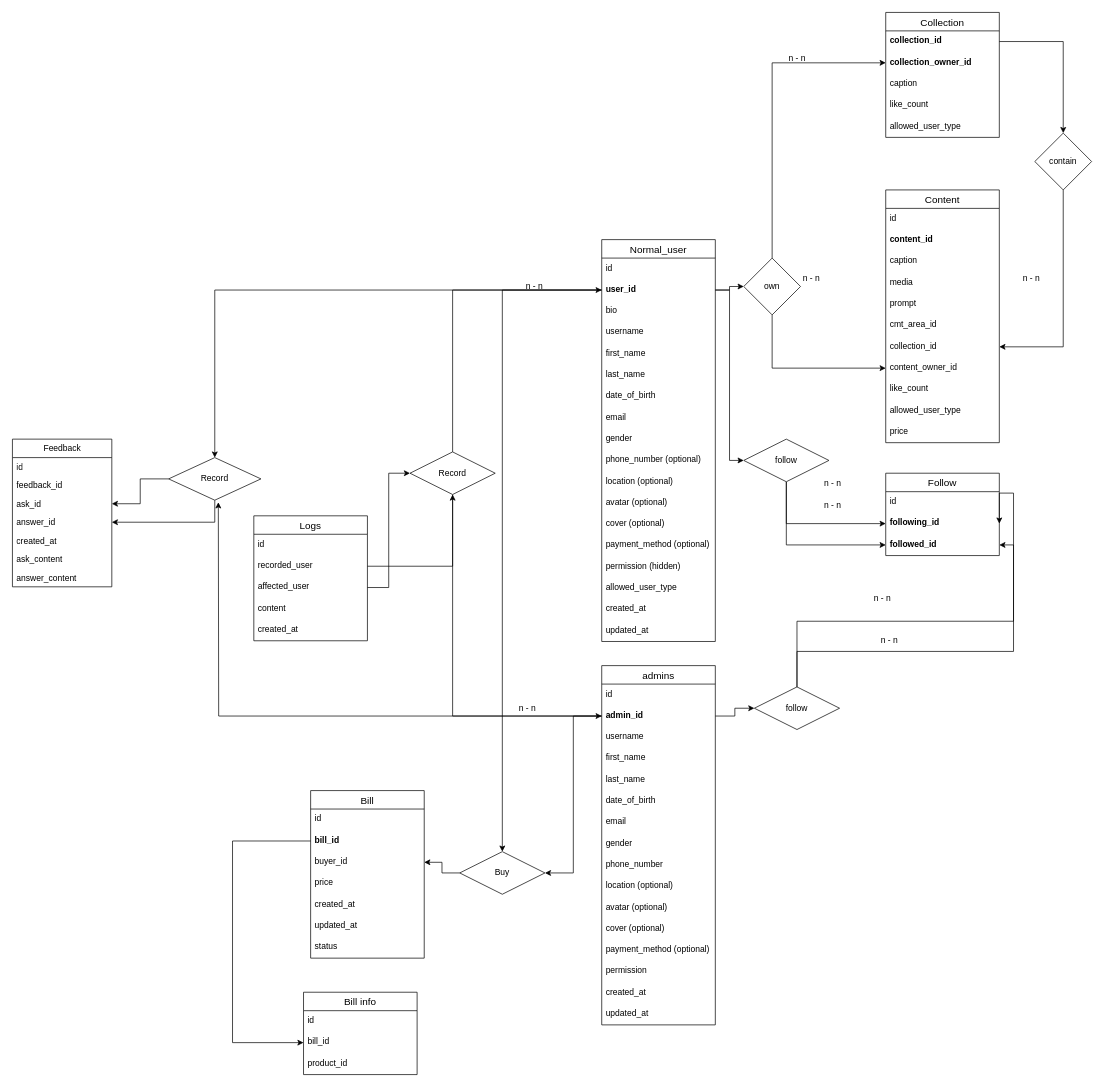
la-serene/laravel_artStock keeps this draw.io diagram as public/assets/docs/artStock_ER_model.drawio. Above is the earlier version. Source tidied: cells renumbered, new cells numbered last; positions are measured from the earlier drawing's top-left corner, leaving out a move shared by most shapes. Both pictures are drawn from the tidied source at 71%, with x=0, y=0 at pixel (12, 12).
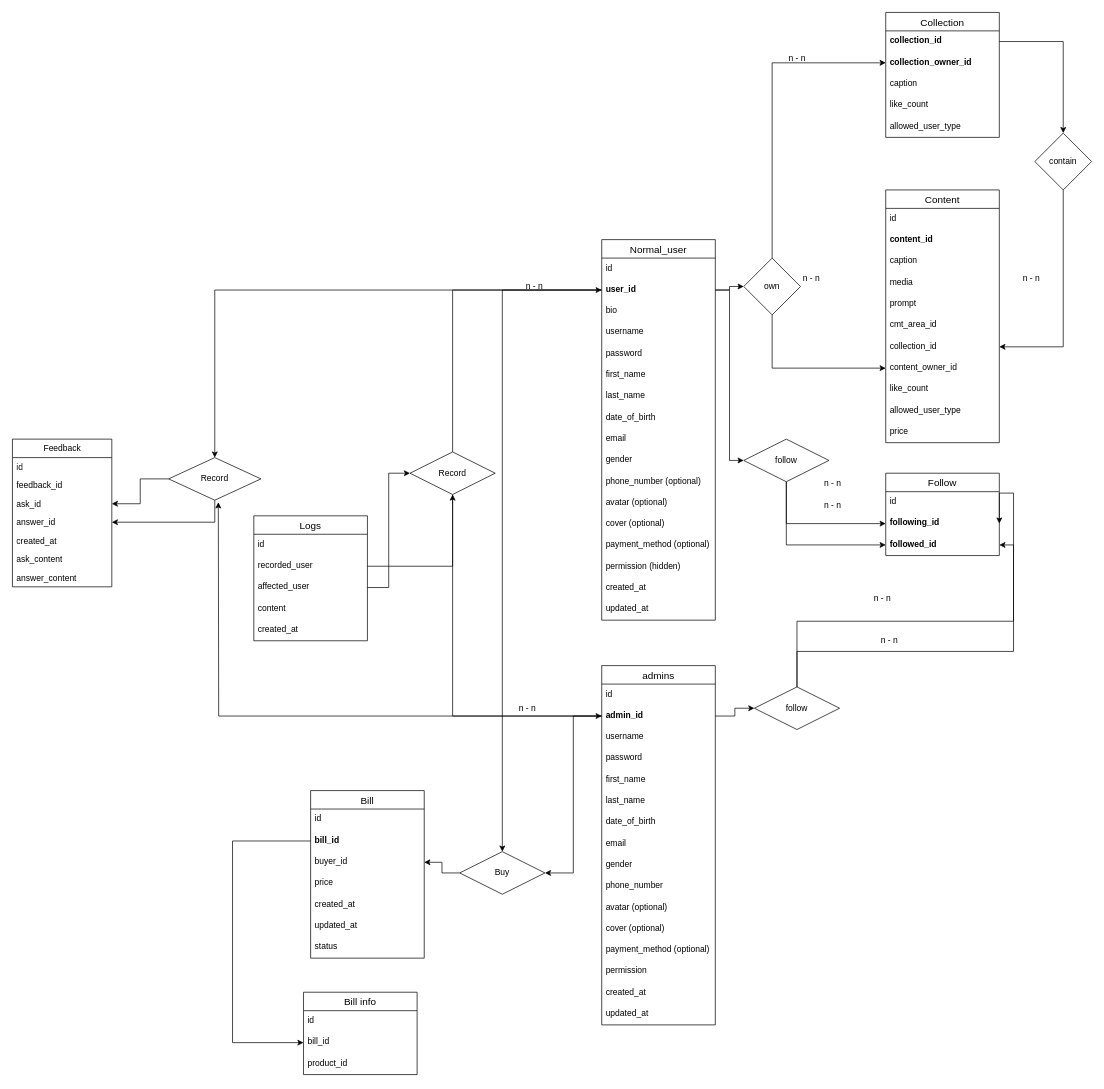
The same diagram, later.

The change refers to these unchanged cells:
```xml
<mxCell id="59" value="admins" style="swimlane;fontStyle=0;horizontal=1;startSize=26;align=center;fontSize=14;" parent="1" vertex="1">
  <mxGeometry x="830" y="920" width="160" height="506" as="geometry" />
</mxCell>
```

What changed in the source:
```diff
@@
     <mxCell id="2" value="Normal_user" style="swimlane;fontStyle=0;horizontal=1;startSize=26;align=center;fontSize=14;" parent="1" vertex="1">
-      <mxGeometry x="830" y="320" width="160" height="566" as="geometry" />
+      <mxGeometry x="830" y="320" width="160" height="536" as="geometry" />
     </mxCell>
@@
+    <mxCell id="125" value="password" style="text;strokeColor=none;fillColor=none;spacingLeft=4;spacingRight=4;overflow=hidden;fontSize=12;" parent="2" vertex="1">
+      <mxGeometry y="146" width="160" height="30" as="geometry" />
+    </mxCell>
     <mxCell id="7" value="first_name" style="text;strokeColor=none;fillColor=none;spacingLeft=4;spacingRight=4;overflow=hidden;fontSize=12;" parent="2" vertex="1">
-      <mxGeometry y="146" width="160" height="30" as="geometry" />
+      <mxGeometry y="176" width="160" height="30" as="geometry" />
     </mxCell>
     <mxCell id="8" value="last_name" style="text;strokeColor=none;fillColor=none;spacingLeft=4;spacingRight=4;overflow=hidden;fontSize=12;" parent="2" vertex="1">
-      <mxGeometry y="176" width="160" height="30" as="geometry" />
+      <mxGeometry y="206" width="160" height="30" as="geometry" />
     </mxCell>
     <mxCell id="9" value="date_of_birth " style="text;strokeColor=none;fillColor=none;spacingLeft=4;spacingRight=4;overflow=hidden;fontSize=12;" parent="2" vertex="1">
-      <mxGeometry y="206" width="160" height="30" as="geometry" />
+      <mxGeometry y="236" width="160" height="30" as="geometry" />
     </mxCell>
     <mxCell id="10" value="email" style="text;strokeColor=none;fillColor=none;spacingLeft=4;spacingRight=4;overflow=hidden;fontSize=12;" parent="2" vertex="1">
-      <mxGeometry y="236" width="160" height="30" as="geometry" />
+      <mxGeometry y="266" width="160" height="30" as="geometry" />
     </mxCell>
     <mxCell id="11" value="gender" style="text;strokeColor=none;fillColor=none;spacingLeft=4;spacingRight=4;overflow=hidden;fontSize=12;" parent="2" vertex="1">
-      <mxGeometry y="266" width="160" height="30" as="geometry" />
+      <mxGeometry y="296" width="160" height="30" as="geometry" />
     </mxCell>
     <mxCell id="12" value="phone_number (optional)" style="text;strokeColor=none;fillColor=none;spacingLeft=4;spacingRight=4;overflow=hidden;fontSize=12;" parent="2" vertex="1">
-      <mxGeometry y="296" width="160" height="30" as="geometry" />
+      <mxGeometry y="326" width="160" height="30" as="geometry" />
     </mxCell>
-    <mxCell id="13" value="location (optional)" style="text;strokeColor=none;fillColor=none;spacingLeft=4;spacingRight=4;overflow=hidden;fontSize=12;" parent="2" vertex="1">
-      <mxGeometry y="326" width="160" height="30" as="geometry" />
-    </mxCell>
@@
-    <mxCell id="18" value="allowed_user_type" style="text;strokeColor=none;fillColor=none;spacingLeft=4;spacingRight=4;overflow=hidden;fontSize=12;" parent="2" vertex="1">
-      <mxGeometry y="476" width="160" height="30" as="geometry" />
-    </mxCell>
     <mxCell id="19" value="created_at" style="text;strokeColor=none;fillColor=none;spacingLeft=4;spacingRight=4;overflow=hidden;fontSize=12;" parent="2" vertex="1">
-      <mxGeometry y="506" width="160" height="30" as="geometry" />
+      <mxGeometry y="476" width="160" height="30" as="geometry" />
     </mxCell>
     <mxCell id="20" value="updated_at" style="text;strokeColor=none;fillColor=none;spacingLeft=4;spacingRight=4;overflow=hidden;fontSize=12;" parent="2" vertex="1">
-      <mxGeometry y="536" width="160" height="30" as="geometry" />
+      <mxGeometry y="506" width="160" height="30" as="geometry" />
     </mxCell>
@@
+    <mxCell id="126" value="password&#10;" style="text;strokeColor=none;fillColor=none;spacingLeft=4;spacingRight=4;overflow=hidden;fontSize=12;" parent="59" vertex="1">
+      <mxGeometry y="116" width="160" height="30" as="geometry" />
+    </mxCell>
     <mxCell id="63" value="first_name" style="text;strokeColor=none;fillColor=none;spacingLeft=4;spacingRight=4;overflow=hidden;fontSize=12;" parent="59" vertex="1">
-      <mxGeometry y="116" width="160" height="30" as="geometry" />
+      <mxGeometry y="146" width="160" height="30" as="geometry" />
     </mxCell>
     <mxCell id="64" value="last_name" style="text;strokeColor=none;fillColor=none;spacingLeft=4;spacingRight=4;overflow=hidden;fontSize=12;" parent="59" vertex="1">
-      <mxGeometry y="146" width="160" height="30" as="geometry" />
+      <mxGeometry y="176" width="160" height="30" as="geometry" />
     </mxCell>
     <mxCell id="65" value="date_of_birth " style="text;strokeColor=none;fillColor=none;spacingLeft=4;spacingRight=4;overflow=hidden;fontSize=12;" parent="59" vertex="1">
-      <mxGeometry y="176" width="160" height="30" as="geometry" />
+      <mxGeometry y="206" width="160" height="30" as="geometry" />
     </mxCell>
     <mxCell id="66" value="email" style="text;strokeColor=none;fillColor=none;spacingLeft=4;spacingRight=4;overflow=hidden;fontSize=12;" parent="59" vertex="1">
-      <mxGeometry y="206" width="160" height="30" as="geometry" />
+      <mxGeometry y="236" width="160" height="30" as="geometry" />
     </mxCell>
     <mxCell id="67" value="gender" style="text;strokeColor=none;fillColor=none;spacingLeft=4;spacingRight=4;overflow=hidden;fontSize=12;" parent="59" vertex="1">
-      <mxGeometry y="236" width="160" height="30" as="geometry" />
+      <mxGeometry y="266" width="160" height="30" as="geometry" />
     </mxCell>
     <mxCell id="68" value="phone_number" style="text;strokeColor=none;fillColor=none;spacingLeft=4;spacingRight=4;overflow=hidden;fontSize=12;" parent="59" vertex="1">
-      <mxGeometry y="266" width="160" height="30" as="geometry" />
+      <mxGeometry y="296" width="160" height="30" as="geometry" />
     </mxCell>
-    <mxCell id="69" value="location (optional)" style="text;strokeColor=none;fillColor=none;spacingLeft=4;spacingRight=4;overflow=hidden;fontSize=12;" parent="59" vertex="1">
-      <mxGeometry y="296" width="160" height="30" as="geometry" />
-    </mxCell>
```
